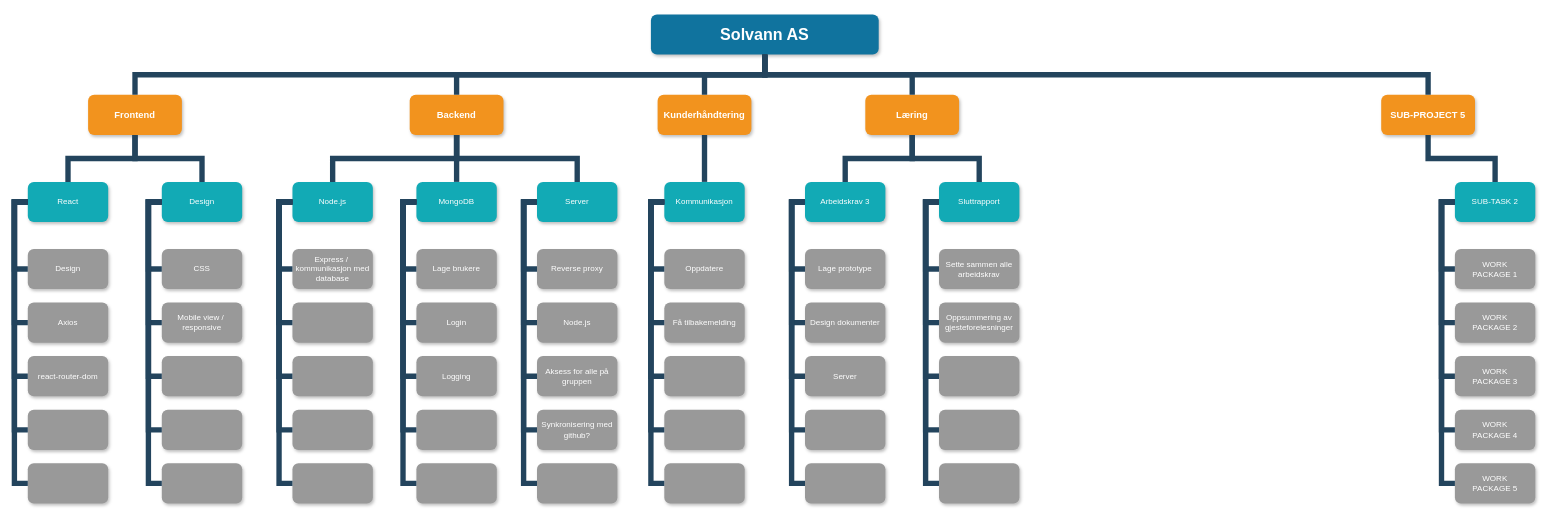
USN-Gjengen/APP2000_Gruppe06_Solvann-Driftsystem keeps this draw.io diagram as Work Breakdown Structure.drawio. Above is the earlier version. Source tidied: cells renumbered, new cells numbered last; positions are measured from the earlier drawing's top-left corner, leaving out a move shared by most shapes. Both pictures are drawn from the tidied source at 67%, with x=0, y=0 at pixel (14, 14).
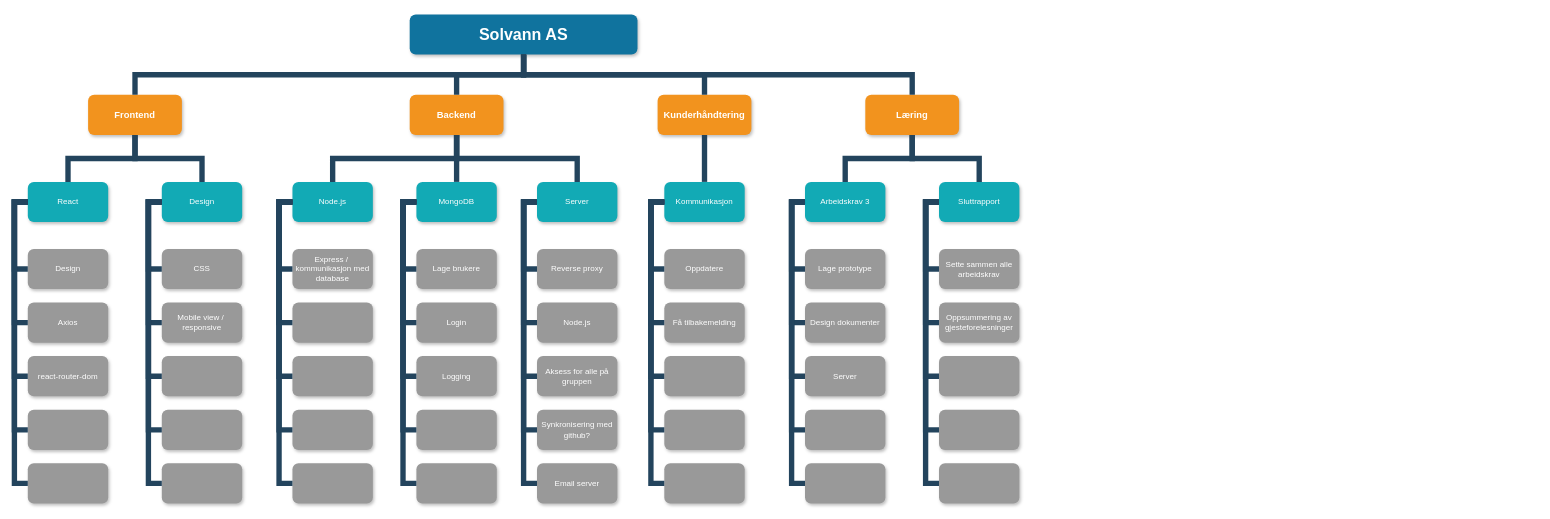
After the change.

What changed in the source:
```diff
@@
     <mxCell id="2" value="Solvann AS" style="whiteSpace=wrap;rounded=1;shadow=1;fillColor=#10739E;strokeColor=none;fontColor=#FFFFFF;fontStyle=1;fontSize=24;" parent="1" vertex="1">
-      <mxGeometry x="950" width="340" height="60" as="geometry" />
+      <mxGeometry x="590" width="340" height="60" as="geometry" />
     </mxCell>
@@
-    <mxCell id="7" value="SUB-PROJECT 5" style="whiteSpace=wrap;rounded=1;fillColor=#F2931E;strokeColor=none;shadow=1;fontColor=#FFFFFF;fontStyle=1;fontSize=14;" parent="1" vertex="1">
-      <mxGeometry x="2040" y="120" width="140" height="60" as="geometry" />
-    </mxCell>
@@
-    <mxCell id="89" value="SUB-TASK 2" style="whiteSpace=wrap;rounded=1;fillColor=#12AAB5;strokeColor=none;shadow=1;fontColor=#FFFFFF;" parent="1" vertex="1">
-      <mxGeometry x="2150" y="250" width="120" height="60" as="geometry" />
-    </mxCell>
@@
-    <mxCell id="94" style="whiteSpace=wrap;rounded=1;fillColor=#999999;strokeColor=none;shadow=1;fontColor=#FFFFFF;fontStyle=0;" parent="1" vertex="1">
+    <mxCell id="94" value="Email server" style="whiteSpace=wrap;rounded=1;fillColor=#999999;strokeColor=none;shadow=1;fontColor=#FFFFFF;fontStyle=0;" parent="1" vertex="1">
       <mxGeometry x="780" y="670" width="120" height="60" as="geometry" />
     </mxCell>
-    <mxCell id="95" value="WORK&#10;PACKAGE 1" style="whiteSpace=wrap;rounded=1;fillColor=#999999;strokeColor=none;shadow=1;fontColor=#FFFFFF;fontStyle=0;" parent="1" vertex="1">
-      <mxGeometry x="2150" y="350" width="120" height="60" as="geometry" />
-    </mxCell>
-    <mxCell id="96" value="WORK&#10;PACKAGE 2" style="whiteSpace=wrap;rounded=1;fillColor=#999999;strokeColor=none;shadow=1;fontColor=#FFFFFF;fontStyle=0;" parent="1" vertex="1">
-      <mxGeometry x="2150" y="430" width="120" height="60" as="geometry" />
-    </mxCell>
-    <mxCell id="97" value="WORK&#10;PACKAGE 3" style="whiteSpace=wrap;rounded=1;fillColor=#999999;strokeColor=none;shadow=1;fontColor=#FFFFFF;fontStyle=0;" parent="1" vertex="1">
-      <mxGeometry x="2150" y="510" width="120" height="60" as="geometry" />
-    </mxCell>
-    <mxCell id="98" value="WORK&#10;PACKAGE 4" style="whiteSpace=wrap;rounded=1;fillColor=#999999;strokeColor=none;shadow=1;fontColor=#FFFFFF;fontStyle=0;" parent="1" vertex="1">
-      <mxGeometry x="2150" y="590" width="120" height="60" as="geometry" />
-    </mxCell>
-    <mxCell id="99" value="WORK&#10;PACKAGE 5" style="whiteSpace=wrap;rounded=1;fillColor=#999999;strokeColor=none;shadow=1;fontColor=#FFFFFF;fontStyle=0;" parent="1" vertex="1">
-      <mxGeometry x="2150" y="670" width="120" height="60" as="geometry" />
-    </mxCell>
@@
-    <mxCell id="105" style="edgeStyle=elbowEdgeStyle;elbow=horizontal;rounded=0;fontColor=#000000;endArrow=none;endFill=0;strokeWidth=8;strokeColor=#23445D;" parent="1" edge="1" source="89" target="95">
-      <mxGeometry relative="1" as="geometry">
-        <Array as="points">
-          <mxPoint x="2130" y="330" />
-        </Array>
-      </mxGeometry>
-    </mxCell>
-    <mxCell id="106" style="edgeStyle=elbowEdgeStyle;elbow=horizontal;rounded=0;fontColor=#000000;endArrow=none;endFill=0;strokeWidth=8;strokeColor=#23445D;" parent="1" edge="1" source="89" target="96">
-      <mxGeometry relative="1" as="geometry">
-        <Array as="points">
-          <mxPoint x="2130" y="370" />
-        </Array>
-      </mxGeometry>
-    </mxCell>
-    <mxCell id="107" style="edgeStyle=elbowEdgeStyle;elbow=horizontal;rounded=0;fontColor=#000000;endArrow=none;endFill=0;strokeWidth=8;strokeColor=#23445D;" parent="1" edge="1" source="89" target="99">
-      <mxGeometry relative="1" as="geometry">
-        <Array as="points">
-          <mxPoint x="2130" y="490" />
-        </Array>
-      </mxGeometry>
-    </mxCell>
-    <mxCell id="108" style="edgeStyle=elbowEdgeStyle;elbow=horizontal;rounded=0;fontColor=#000000;endArrow=none;endFill=0;strokeWidth=8;strokeColor=#23445D;" parent="1" edge="1" source="89" target="98">
-      <mxGeometry relative="1" as="geometry">
-        <Array as="points">
-          <mxPoint x="2130" y="450" />
-        </Array>
-      </mxGeometry>
-    </mxCell>
-    <mxCell id="109" style="edgeStyle=elbowEdgeStyle;elbow=horizontal;rounded=0;fontColor=#000000;endArrow=none;endFill=0;strokeWidth=8;strokeColor=#23445D;" parent="1" edge="1" source="89" target="97">
-      <mxGeometry relative="1" as="geometry">
-        <Array as="points">
-          <mxPoint x="2130" y="420" />
-        </Array>
-      </mxGeometry>
-    </mxCell>
@@
-    <mxCell id="115" style="edgeStyle=elbowEdgeStyle;elbow=vertical;rounded=0;fontColor=#000000;endArrow=none;endFill=0;strokeWidth=8;strokeColor=#23445D;" parent="1" edge="1" source="7" target="89">
-      <mxGeometry relative="1" as="geometry" />
-    </mxCell>
@@
-    <mxCell id="120" style="edgeStyle=elbowEdgeStyle;elbow=vertical;rounded=0;fontColor=#000000;endArrow=none;endFill=0;strokeWidth=8;strokeColor=#23445D;" parent="1" edge="1" source="2" target="7">
-      <mxGeometry relative="1" as="geometry" />
-    </mxCell>
```
